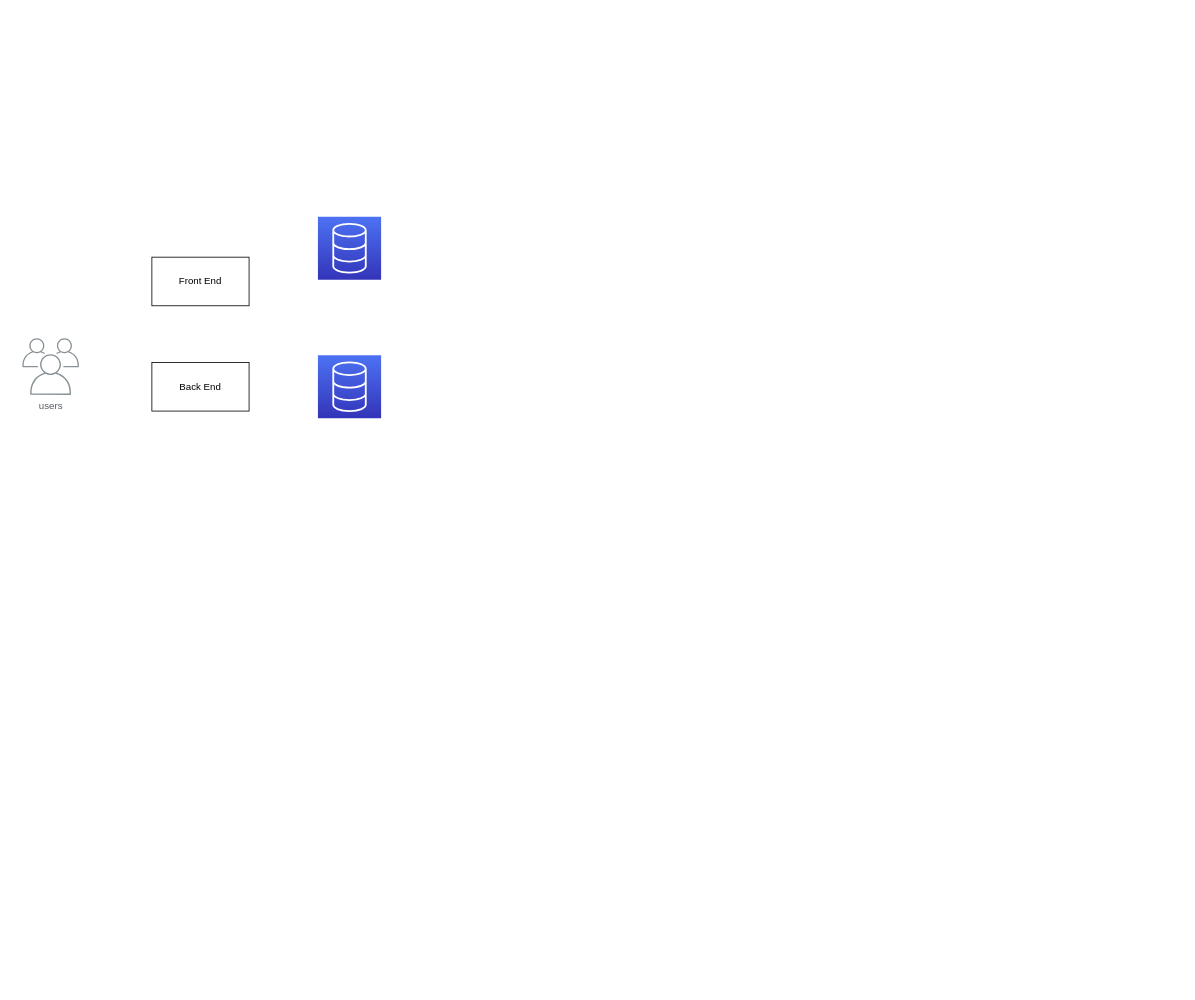
Before: journal/NapkinChart.drawio in khelllendros/aws-bootcamp-cruddur-2023, a draw.io diagram. Source tidied: cells renumbered, new cells numbered last; positions are measured from the earlier drawing's top-left corner, leaving out a move shared by most shapes. Both pictures are drawn from the tidied source at 81%, with x=0, y=0 at pixel (22, 216).
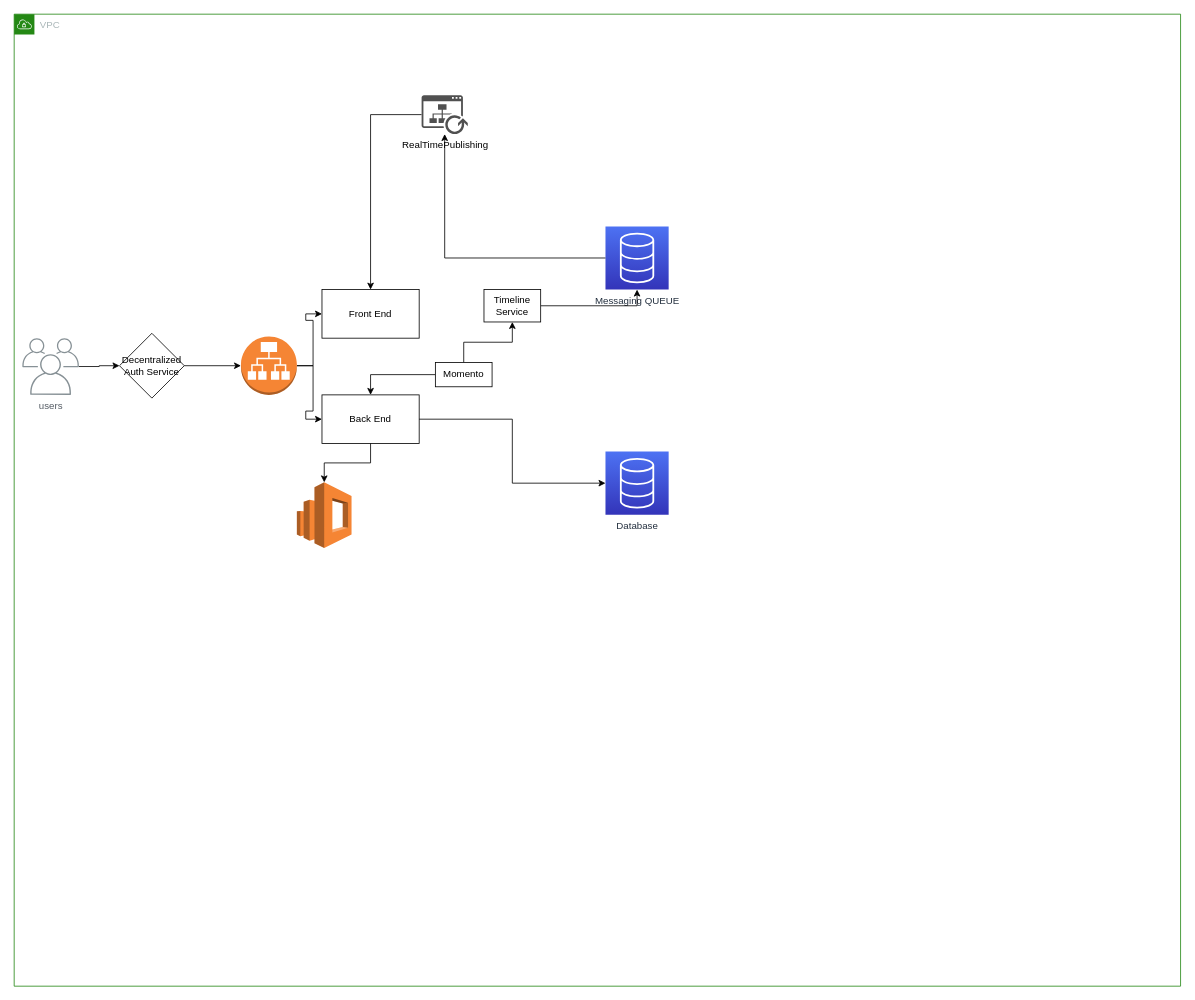
Above is the later version.

Unchanged cells that the change refers to:
```xml
<mxCell id="2" value="users" style="sketch=0;outlineConnect=0;gradientColor=none;fontColor=#545B64;strokeColor=none;fillColor=#879196;dashed=0;verticalLabelPosition=bottom;verticalAlign=top;align=center;html=1;fontSize=12;fontStyle=0;shape=mxgraph.aws4.illustration_users;" parent="1" vertex="1">
  <mxGeometry y="150" width="70" height="70" as="geometry" />
</mxCell>
```

The edit, as a diff of the source:
```diff
@@
+    <mxCell id="7" style="edgeStyle=orthogonalEdgeStyle;rounded=0;jettySize=auto;html=1;" parent="1" edge="1" source="2" target="20">
+      <mxGeometry relative="1" as="geometry" />
+    </mxCell>
@@
+    <mxCell id="8" value="VPC" style="gradientColor=none;html=1;whiteSpace=wrap;fontSize=12;fontStyle=0;shape=mxgraph.aws4.group;grIcon=mxgraph.aws4.group_vpc;strokeColor=#248814;fillColor=none;verticalAlign=top;align=left;spacingLeft=30;fontColor=#AAB7B8;dashed=0;" parent="1" vertex="1">
+      <mxGeometry x="-10" y="-250" width="1440" height="1200" as="geometry" />
+    </mxCell>
-    <mxCell id="3" value="Front End" style="whiteSpace=wrap;html=1;" parent="1" vertex="1">
-      <mxGeometry x="160" y="50" width="120" height="60" as="geometry" />
+    <mxCell id="3" value="Front End" style="whiteSpace=wrap;html=1;" parent="8" vertex="1">
+      <mxGeometry x="380" y="340" width="120" height="60" as="geometry" />
     </mxCell>
-    <mxCell id="4" value="Back End" style="whiteSpace=wrap;html=1;" parent="1" vertex="1">
-      <mxGeometry x="160" y="180" width="120" height="60" as="geometry" />
+    <mxCell id="4" value="Back End" style="whiteSpace=wrap;html=1;" parent="8" vertex="1">
+      <mxGeometry x="380" y="470" width="120" height="60" as="geometry" />
     </mxCell>
-    <mxCell id="5" style="sketch=0;fontColor=#232F3E;gradientColor=#4D72F3;gradientDirection=north;fillColor=#3334B9;strokeColor=#ffffff;dashed=0;verticalLabelPosition=bottom;verticalAlign=top;align=center;html=1;fontSize=12;fontStyle=0;shape=mxgraph.aws4.resourceIcon;resIcon=mxgraph.aws4.database;" parent="1" vertex="1">
-      <mxGeometry x="365" width="78" height="78" as="geometry" />
-    </mxCell>
-    <mxCell id="6" style="sketch=0;points=[[0,0,0],[0.25,0,0],[0.5,0,0],[0.75,0,0],[1,0,0],[0,1,0],[0.25,1,0],[0.5,1,0],[0.75,1,0],[1,1,0],[0,0.25,0],[0,0.5,0],[0,0.75,0],[1,0.25,0],[1,0.5,0],[1,0.75,0]];outlineConnect=0;fontColor=#232F3E;gradientColor=#4D72F3;gradientDirection=north;fillColor=#3334B9;strokeColor=#ffffff;dashed=0;verticalLabelPosition=bottom;verticalAlign=top;align=center;html=1;fontSize=12;fontStyle=0;shape=mxgraph.aws4.resourceIcon;resIcon=mxgraph.aws4.database;" parent="1" vertex="1">
-      <mxGeometry x="365" y="171" width="78" height="78" as="geometry" />
+    <mxCell id="6" value="Database" style="sketch=0;points=[[0,0,0],[0.25,0,0],[0.5,0,0],[0.75,0,0],[1,0,0],[0,1,0],[0.25,1,0],[0.5,1,0],[0.75,1,0],[1,1,0],[0,0.25,0],[0,0.5,0],[0,0.75,0],[1,0.25,0],[1,0.5,0],[1,0.75,0]];outlineConnect=0;fontColor=#232F3E;gradientColor=#4D72F3;gradientDirection=north;fillColor=#3334B9;strokeColor=#ffffff;dashed=0;verticalLabelPosition=bottom;verticalAlign=top;align=center;html=1;fontSize=12;fontStyle=0;shape=mxgraph.aws4.resourceIcon;resIcon=mxgraph.aws4.database;" parent="8" vertex="1">
+      <mxGeometry x="730" y="540" width="78" height="78" as="geometry" />
     </mxCell>
+    <mxCell id="9" style="edgeStyle=orthogonalEdgeStyle;rounded=0;jettySize=auto;html=1;entryX=0;entryY=0.5;entryDx=0;entryDy=0;entryPerimeter=0;" parent="8" edge="1" source="4" target="6">
+      <mxGeometry relative="1" as="geometry" />
+    </mxCell>
+    <mxCell id="10" style="edgeStyle=orthogonalEdgeStyle;rounded=0;jettySize=auto;html=1;entryX=0;entryY=0.5;entryDx=0;entryDy=0;" parent="8" edge="1" source="12" target="3">
+      <mxGeometry relative="1" as="geometry" />
+    </mxCell>
+    <mxCell id="11" style="edgeStyle=orthogonalEdgeStyle;rounded=0;jettySize=auto;html=1;" parent="8" edge="1" source="12" target="4">
+      <mxGeometry relative="1" as="geometry" />
+    </mxCell>
+    <mxCell id="12" style="outlineConnect=0;dashed=0;verticalLabelPosition=bottom;verticalAlign=top;align=center;html=1;shape=mxgraph.aws3.application_load_balancer;fillColor=#F58534;gradientColor=none;" parent="8" vertex="1">
+      <mxGeometry x="280" y="398" width="69" height="72" as="geometry" />
+    </mxCell>
+    <mxCell id="13" value="Messaging QUEUE" style="sketch=0;points=[[0,0,0],[0.25,0,0],[0.5,0,0],[0.75,0,0],[1,0,0],[0,1,0],[0.25,1,0],[0.5,1,0],[0.75,1,0],[1,1,0],[0,0.25,0],[0,0.5,0],[0,0.75,0],[1,0.25,0],[1,0.5,0],[1,0.75,0]];outlineConnect=0;fontColor=#232F3E;gradientColor=#4D72F3;gradientDirection=north;fillColor=#3334B9;strokeColor=#ffffff;dashed=0;verticalLabelPosition=bottom;verticalAlign=top;align=center;html=1;fontSize=12;fontStyle=0;shape=mxgraph.aws4.resourceIcon;resIcon=mxgraph.aws4.database;" parent="8" vertex="1">
+      <mxGeometry x="730" y="262" width="78" height="78" as="geometry" />
+    </mxCell>
+    <mxCell id="14" style="edgeStyle=orthogonalEdgeStyle;rounded=0;jettySize=auto;html=1;" parent="8" edge="1" source="15" target="3">
+      <mxGeometry relative="1" as="geometry" />
+    </mxCell>
+    <mxCell id="15" value="RealTimePublishing" style="sketch=0;shadow=0;dashed=0;html=1;strokeColor=none;fillColor=#505050;labelPosition=center;verticalLabelPosition=bottom;verticalAlign=top;outlineConnect=0;align=center;shape=mxgraph.office.sites.publish;" parent="8" vertex="1">
+      <mxGeometry x="503" y="100" width="57" height="48" as="geometry" />
+    </mxCell>
+    <mxCell id="16" style="edgeStyle=orthogonalEdgeStyle;rounded=0;jettySize=auto;html=1;" parent="8" edge="1" source="13" target="15">
+      <mxGeometry relative="1" as="geometry" />
+    </mxCell>
+    <mxCell id="17" style="outlineConnect=0;dashed=0;verticalLabelPosition=bottom;verticalAlign=top;align=center;html=1;shape=mxgraph.aws3.elasticsearch_service;fillColor=#F58534;gradientColor=none;" parent="8" vertex="1">
+      <mxGeometry x="349" y="578" width="67.5" height="81" as="geometry" />
+    </mxCell>
+    <mxCell id="18" style="edgeStyle=orthogonalEdgeStyle;rounded=0;jettySize=auto;html=1;" parent="8" edge="1" source="4" target="17">
+      <mxGeometry relative="1" as="geometry" />
+    </mxCell>
+    <mxCell id="19" style="edgeStyle=orthogonalEdgeStyle;rounded=0;jettySize=auto;html=1;" parent="8" edge="1" source="20" target="12">
+      <mxGeometry relative="1" as="geometry" />
+    </mxCell>
+    <mxCell id="20" value="Decentralized Auth Service" style="rhombus;whiteSpace=wrap;html=1;" parent="8" vertex="1">
+      <mxGeometry x="130" y="394" width="80" height="80" as="geometry" />
+    </mxCell>
+    <mxCell id="21" style="edgeStyle=orthogonalEdgeStyle;rounded=0;jettySize=auto;html=1;entryX=0.5;entryY=1;entryDx=0;entryDy=0;entryPerimeter=0;" parent="8" edge="1" source="22" target="13">
+      <mxGeometry relative="1" as="geometry" />
+    </mxCell>
+    <mxCell id="22" value="Timeline Service" style="whiteSpace=wrap;html=1;" parent="8" vertex="1">
+      <mxGeometry x="580" y="340" width="70" height="40" as="geometry" />
+    </mxCell>
+    <mxCell id="23" style="edgeStyle=orthogonalEdgeStyle;rounded=0;jettySize=auto;html=1;" parent="8" edge="1" source="25" target="4">
+      <mxGeometry relative="1" as="geometry" />
+    </mxCell>
+    <mxCell id="24" style="edgeStyle=orthogonalEdgeStyle;rounded=0;jettySize=auto;html=1;" parent="8" edge="1" source="25" target="22">
+      <mxGeometry relative="1" as="geometry" />
+    </mxCell>
+    <mxCell id="25" value="Momento" style="whiteSpace=wrap;html=1;" parent="8" vertex="1">
+      <mxGeometry x="520" y="430" width="70" height="30" as="geometry" />
+    </mxCell>
```
